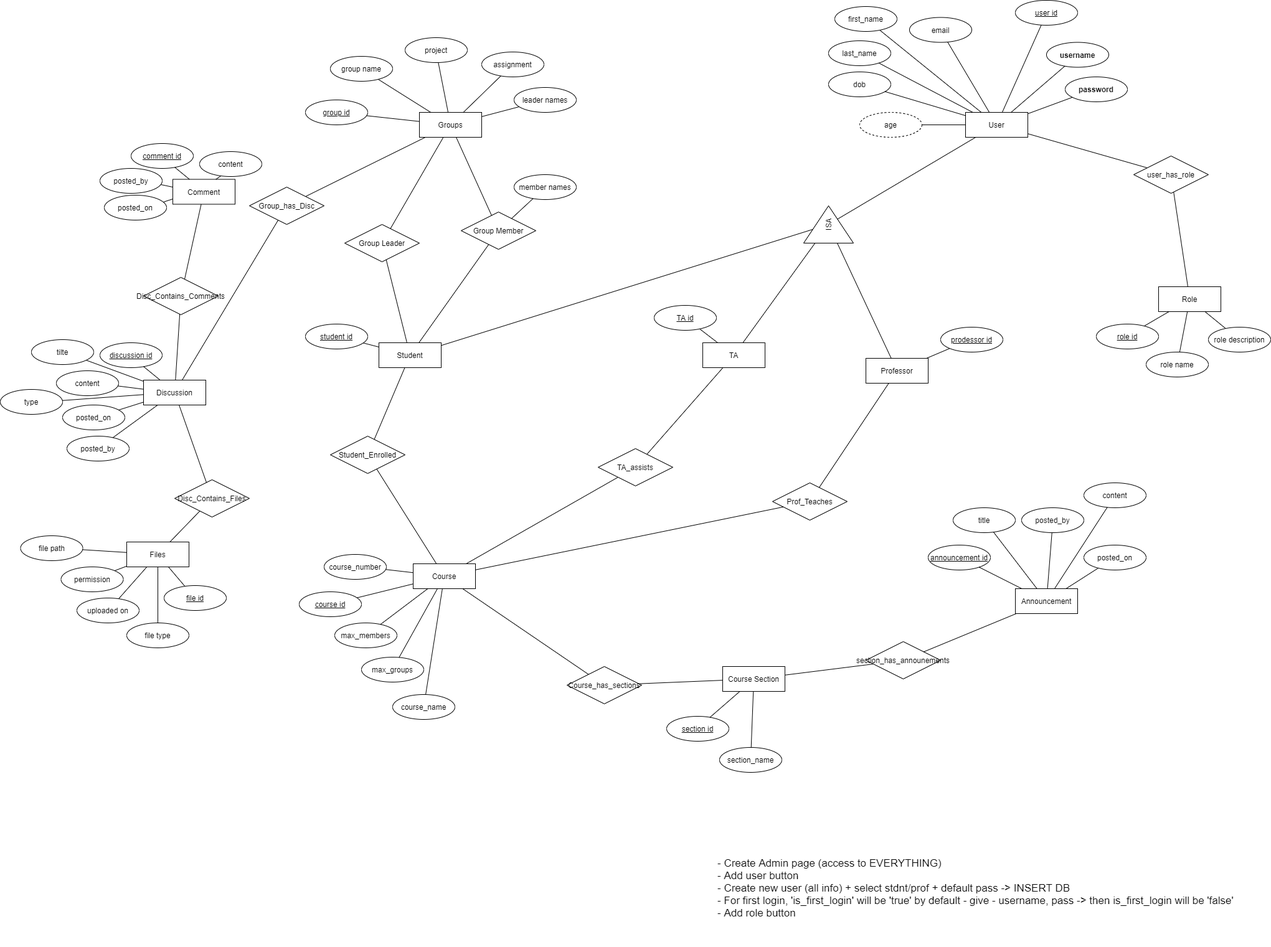
Before: ERD RS/old files/ProjectERD_final.drawio.png, a diagram exported from draw.io (mikepoullas/COMP5531_GROUP_4_Winter_2022). Source tidied: cells renumbered, new cells last; positions are measured from the earlier drawing's top-left corner, leaving out a move shared by most shapes.
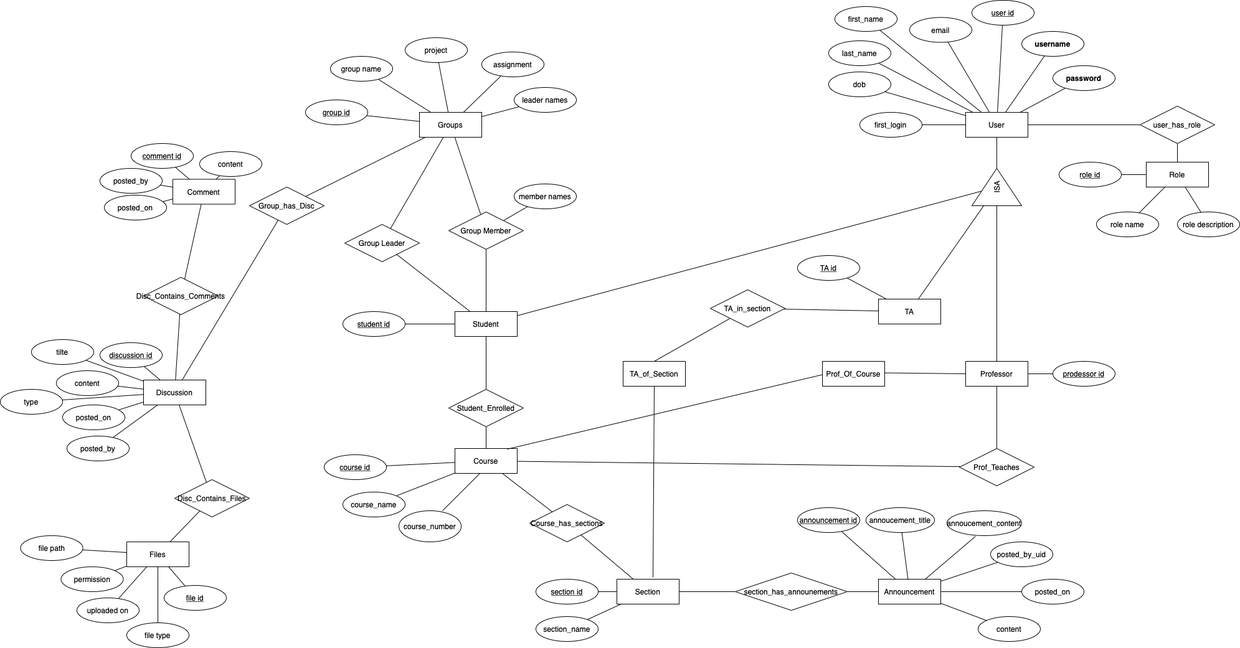
Above is the later version.

Diff of the diagram source:
```diff
@@ -6,13 +6,13 @@
       <mxGeometry x="1550" y="180" width="100" height="40" as="geometry" />
     </mxCell>
     <mxCell id="3" value="Announcement" style="whiteSpace=wrap;html=1;align=center;" parent="1" vertex="1">
-      <mxGeometry x="1630" y="945" width="100" height="40" as="geometry" />
+      <mxGeometry x="1410" y="930" width="100" height="40" as="geometry" />
     </mxCell>
     <mxCell id="4" value="Course" style="whiteSpace=wrap;html=1;align=center;" parent="1" vertex="1">
-      <mxGeometry x="663" y="905" width="100" height="40" as="geometry" />
+      <mxGeometry x="730" y="720" width="100" height="40" as="geometry" />
     </mxCell>
     <mxCell id="5" value="section_has_announements" style="shape=rhombus;perimeter=rhombusPerimeter;whiteSpace=wrap;html=1;align=center;" parent="1" vertex="1">
-      <mxGeometry x="1390" y="1030" width="120" height="60" as="geometry" />
+      <mxGeometry x="1180" y="920" width="180" height="60" as="geometry" />
     </mxCell>
     <mxCell id="6" style="endArrow=none;html=1;rounded=0;" parent="1" edge="1" source="32" target="2">
       <mxGeometry relative="1" as="geometry" />
@@ -42,7 +42,7 @@
       <mxGeometry relative="1" as="geometry" />
     </mxCell>
     <mxCell id="15" value="Professor" style="whiteSpace=wrap;html=1;align=center;" parent="1" vertex="1">
-      <mxGeometry x="1390" y="575" width="100" height="40" as="geometry" />
+      <mxGeometry x="1550" y="580" width="100" height="40" as="geometry" />
     </mxCell>
     <mxCell id="16" style="endArrow=none;html=1;rounded=0;" parent="1" edge="1" source="137" target="104">
       <mxGeometry relative="1" as="geometry" />
@@ -53,7 +53,7 @@
     <mxCell id="18" style="endArrow=none;html=1;rounded=0;" parent="1" edge="1" source="15" target="104">
       <mxGeometry relative="1" as="geometry" />
     </mxCell>
-    <mxCell id="19" style="endArrow=none;html=1;rounded=0;" parent="1" edge="1" source="4" target="106">
+    <mxCell id="19" style="endArrow=none;html=1;rounded=0;exitX=0.5;exitY=0;exitDx=0;exitDy=0;" parent="1" edge="1" source="150" target="106">
       <mxGeometry relative="1" as="geometry" />
     </mxCell>
     <mxCell id="20" style="endArrow=none;html=1;rounded=0;" parent="1" edge="1" source="42" target="4">
@@ -69,13 +69,13 @@
       <mxGeometry relative="1" as="geometry" />
     </mxCell>
     <mxCell id="24" value="user id" style="ellipse;whiteSpace=wrap;html=1;align=center;fontStyle=4;" parent="1" vertex="1">
-      <mxGeometry x="1630" width="100" height="40" as="geometry" />
+      <mxGeometry x="1560" width="100" height="40" as="geometry" />
     </mxCell>
     <mxCell id="25" value="email" style="ellipse;whiteSpace=wrap;html=1;align=center;fontStyle=0;" parent="1" vertex="1">
       <mxGeometry x="1460" y="27.5" width="100" height="40" as="geometry" />
     </mxCell>
     <mxCell id="26" value="password" style="ellipse;whiteSpace=wrap;html=1;align=center;fontStyle=1;" parent="1" vertex="1">
-      <mxGeometry x="1710" y="123" width="100" height="40" as="geometry" />
+      <mxGeometry x="1690" y="105" width="100" height="40" as="geometry" />
     </mxCell>
     <mxCell id="27" value="first_name" style="ellipse;whiteSpace=wrap;html=1;align=center;" parent="1" vertex="1">
       <mxGeometry x="1340" y="10" width="100" height="40" as="geometry" />
@@ -84,16 +84,16 @@
       <mxGeometry x="1330" y="65" width="100" height="40" as="geometry" />
     </mxCell>
     <mxCell id="29" value="role id" style="ellipse;whiteSpace=wrap;html=1;align=center;fontStyle=4;" parent="1" vertex="1">
-      <mxGeometry x="1760" y="520" width="100" height="40" as="geometry" />
+      <mxGeometry x="1700" y="260" width="100" height="40" as="geometry" />
     </mxCell>
     <mxCell id="30" value="role description" style="ellipse;whiteSpace=wrap;html=1;align=center;" parent="1" vertex="1">
-      <mxGeometry x="1940" y="525" width="100" height="40" as="geometry" />
+      <mxGeometry x="1890" y="340" width="100" height="40" as="geometry" />
     </mxCell>
     <mxCell id="31" value="Role" style="whiteSpace=wrap;html=1;align=center;" parent="1" vertex="1">
-      <mxGeometry x="1860" y="460" width="100" height="40" as="geometry" />
+      <mxGeometry x="1840" y="260" width="100" height="40" as="geometry" />
     </mxCell>
     <mxCell id="32" value="user_has_role" style="shape=rhombus;perimeter=rhombusPerimeter;whiteSpace=wrap;html=1;align=center;" parent="1" vertex="1">
-      <mxGeometry x="1820" y="250" width="120" height="60" as="geometry" />
+      <mxGeometry x="1830" y="170" width="120" height="60" as="geometry" />
     </mxCell>
     <mxCell id="33" style="endArrow=none;html=1;rounded=0;" parent="1" edge="1" source="32" target="31">
       <mxGeometry relative="1" as="geometry" />
@@ -120,47 +120,29 @@
       <mxGeometry relative="1" as="geometry" />
     </mxCell>
     <mxCell id="41" value="Prof_Teaches" style="shape=rhombus;perimeter=rhombusPerimeter;whiteSpace=wrap;html=1;align=center;" parent="1" vertex="1">
-      <mxGeometry x="1240" y="775" width="120" height="60" as="geometry" />
+      <mxGeometry x="1540" y="720" width="120" height="60" as="geometry" />
     </mxCell>
     <mxCell id="42" value="Student_Enrolled" style="shape=rhombus;perimeter=rhombusPerimeter;whiteSpace=wrap;html=1;align=center;" parent="1" vertex="1">
-      <mxGeometry x="530" y="700" width="120" height="60" as="geometry" />
+      <mxGeometry x="720" y="625" width="120" height="60" as="geometry" />
     </mxCell>
     <mxCell id="43" value="prodessor id" style="ellipse;whiteSpace=wrap;html=1;align=center;fontStyle=4;" parent="1" vertex="1">
-      <mxGeometry x="1510" y="525" width="100" height="40" as="geometry" />
+      <mxGeometry x="1690" y="580" width="100" height="40" as="geometry" />
     </mxCell>
     <mxCell id="44" style="endArrow=none;html=1;rounded=0;" parent="1" edge="1" source="15" target="43">
       <mxGeometry relative="1" as="geometry" />
     </mxCell>
     <mxCell id="45" value="course id" style="ellipse;whiteSpace=wrap;html=1;align=center;fontStyle=4;" parent="1" vertex="1">
-      <mxGeometry x="480" y="950" width="100" height="40" as="geometry" />
+      <mxGeometry x="520" y="730" width="100" height="40" as="geometry" />
     </mxCell>
     <mxCell id="46" style="endArrow=none;html=1;rounded=0;" parent="1" edge="1" source="45" target="4">
       <mxGeometry relative="1" as="geometry" />
     </mxCell>
     <mxCell id="47" value="course_name" style="ellipse;whiteSpace=wrap;html=1;align=center;" parent="1" vertex="1">
-      <mxGeometry x="630" y="1115" width="100" height="40" as="geometry" />
+      <mxGeometry x="550" y="790" width="100" height="40" as="geometry" />
     </mxCell>
     <mxCell id="48" style="endArrow=none;html=1;rounded=0;" parent="1" edge="1" source="4" target="47">
       <mxGeometry relative="1" as="geometry" />
     </mxCell>
-    <mxCell id="49" value="course_number" style="ellipse;whiteSpace=wrap;html=1;align=center;" parent="1" vertex="1">
-      <mxGeometry x="520" y="890" width="100" height="40" as="geometry" />
-    </mxCell>
-    <mxCell id="50" style="endArrow=none;html=1;rounded=0;" parent="1" edge="1" source="4" target="49">
-      <mxGeometry relative="1" as="geometry" />
-    </mxCell>
-    <mxCell id="51" value="max_groups" style="ellipse;whiteSpace=wrap;html=1;align=center;" parent="1" vertex="1">
-      <mxGeometry x="580" y="1055" width="100" height="40" as="geometry" />
-    </mxCell>
-    <mxCell id="52" value="max_members" style="ellipse;whiteSpace=wrap;html=1;align=center;" parent="1" vertex="1">
-      <mxGeometry x="537" y="1000" width="100" height="40" as="geometry" />
-    </mxCell>
-    <mxCell id="53" style="endArrow=none;html=1;rounded=0;" parent="1" edge="1" source="51" target="4">
-      <mxGeometry relative="1" as="geometry" />
-    </mxCell>
-    <mxCell id="54" style="endArrow=none;html=1;rounded=0;" parent="1" edge="1" source="52" target="4">
-      <mxGeometry relative="1" as="geometry" />
-    </mxCell>
     <mxCell id="55" style="endArrow=none;html=1;rounded=0;" parent="1" edge="1" source="4" target="108">
       <mxGeometry relative="1" as="geometry" />
     </mxCell>
@@ -231,16 +213,16 @@
       <mxGeometry relative="1" as="geometry" />
     </mxCell>
     <mxCell id="78" value="announcement id" style="ellipse;whiteSpace=wrap;html=1;align=center;fontStyle=4;" parent="1" vertex="1">
-      <mxGeometry x="1490" y="875" width="100" height="40" as="geometry" />
+      <mxGeometry x="1280" y="815" width="100" height="40" as="geometry" />
     </mxCell>
-    <mxCell id="79" value="title" style="ellipse;whiteSpace=wrap;html=1;align=center;" parent="1" vertex="1">
-      <mxGeometry x="1530" y="815" width="100" height="40" as="geometry" />
+    <mxCell id="79" value="annoucement_title" style="ellipse;whiteSpace=wrap;html=1;align=center;" parent="1" vertex="1">
+      <mxGeometry x="1390" y="815" width="110" height="40" as="geometry" />
     </mxCell>
-    <mxCell id="80" value="posted_by" style="ellipse;whiteSpace=wrap;html=1;align=center;" parent="1" vertex="1">
-      <mxGeometry x="1640" y="815" width="100" height="40" as="geometry" />
+    <mxCell id="80" value="posted_by_uid" style="ellipse;whiteSpace=wrap;html=1;align=center;" parent="1" vertex="1">
+      <mxGeometry x="1590" y="870" width="100" height="40" as="geometry" />
     </mxCell>
     <mxCell id="81" value="posted_on" style="ellipse;whiteSpace=wrap;html=1;align=center;" parent="1" vertex="1">
-      <mxGeometry x="1740" y="875" width="100" height="40" as="geometry" />
+      <mxGeometry x="1640" y="930" width="100" height="40" as="geometry" />
     </mxCell>
     <mxCell id="82" style="endArrow=none;html=1;rounded=0;" parent="1" edge="1" source="3" target="78">
       <mxGeometry relative="1" as="geometry" />
@@ -261,7 +243,7 @@
       <mxGeometry relative="1" as="geometry" />
     </mxCell>
     <mxCell id="88" value="content" style="ellipse;whiteSpace=wrap;html=1;align=center;" parent="1" vertex="1">
-      <mxGeometry x="1740" y="775" width="100" height="40" as="geometry" />
+      <mxGeometry x="1570" y="990" width="100" height="40" as="geometry" />
     </mxCell>
     <mxCell id="89" style="endArrow=none;html=1;rounded=0;" parent="1" edge="1" source="3" target="88">
       <mxGeometry relative="1" as="geometry" />
@@ -285,7 +267,7 @@
       <mxGeometry relative="1" as="geometry" />
     </mxCell>
     <mxCell id="96" value="username" style="ellipse;whiteSpace=wrap;html=1;align=center;fontStyle=1;" parent="1" vertex="1">
-      <mxGeometry x="1680" y="67.5" width="100" height="40" as="geometry" />
+      <mxGeometry x="1640" y="50" width="100" height="40" as="geometry" />
     </mxCell>
     <mxCell id="97" style="endArrow=none;html=1;rounded=0;" parent="1" edge="1" source="96" target="2">
       <mxGeometry relative="1" as="geometry" />
@@ -297,38 +279,35 @@
       <mxGeometry relative="1" as="geometry" />
     </mxCell>
     <mxCell id="100" value="role name" style="ellipse;whiteSpace=wrap;html=1;align=center;" parent="1" vertex="1">
-      <mxGeometry x="1840" y="565" width="100" height="40" as="geometry" />
+      <mxGeometry x="1760" y="340" width="100" height="40" as="geometry" />
     </mxCell>
     <mxCell id="101" style="endArrow=none;html=1;rounded=0;" parent="1" edge="1" source="31" target="100">
       <mxGeometry relative="1" as="geometry" />
     </mxCell>
-    <mxCell id="102" value="age" style="ellipse;whiteSpace=wrap;html=1;align=center;dashed=1;fontSize=12;" parent="1" vertex="1">
+    <mxCell id="102" value="first_login" style="ellipse;whiteSpace=wrap;html=1;align=center;fontSize=12;" parent="1" vertex="1">
       <mxGeometry x="1380" y="180" width="100" height="40" as="geometry" />
     </mxCell>
     <mxCell id="103" style="endArrow=none;html=1;rounded=0;" parent="1" edge="1" source="102" target="2">
       <mxGeometry relative="1" as="geometry" />
     </mxCell>
     <mxCell id="104" value="ISA" style="triangle;whiteSpace=wrap;html=1;fontSize=12;rotation=-90;" parent="1" vertex="1">
-      <mxGeometry x="1300" y="320" width="60" height="80" as="geometry" />
+      <mxGeometry x="1570" y="260" width="60" height="80" as="geometry" />
     </mxCell>
     <mxCell id="105" style="endArrow=none;html=1;rounded=0;" parent="1" edge="1" source="2" target="104">
       <mxGeometry relative="1" as="geometry" />
     </mxCell>
-    <mxCell id="106" value="TA_assists" style="shape=rhombus;perimeter=rhombusPerimeter;whiteSpace=wrap;html=1;align=center;" parent="1" vertex="1">
-      <mxGeometry x="960" y="720" width="120" height="60" as="geometry" />
+    <mxCell id="106" value="TA_in_section" style="shape=rhombus;perimeter=rhombusPerimeter;whiteSpace=wrap;html=1;align=center;" parent="1" vertex="1">
+      <mxGeometry x="1140" y="465" width="120" height="60" as="geometry" />
     </mxCell>
     <mxCell id="107" style="endArrow=none;html=1;rounded=0;" parent="1" edge="1" source="140" target="104">
       <mxGeometry relative="1" as="geometry" />
     </mxCell>
     <mxCell id="108" value="Course_has_sections" style="shape=rhombus;perimeter=rhombusPerimeter;whiteSpace=wrap;html=1;align=center;" parent="1" vertex="1">
-      <mxGeometry x="910" y="1070" width="120" height="60" as="geometry" />
+      <mxGeometry x="850" y="810" width="120" height="60" as="geometry" />
     </mxCell>
     <mxCell id="109" style="endArrow=none;html=1;rounded=0;" parent="1" edge="1" source="108" target="145">
       <mxGeometry relative="1" as="geometry" />
     </mxCell>
-    <mxCell id="110" value="- Create Admin page (access to EVERYTHING)&lt;br&gt;- Add user button&lt;br style=&quot;font-size: 17px&quot;&gt;- Create new user (all info) + select stdnt/prof&amp;nbsp;+ default pass -&amp;gt; INSERT DB&lt;br&gt;- For first login, 'is_first_login' will be 'true' by default - give - username, pass -&amp;gt; then is_first_login will be 'false'&lt;br&gt;- Add role button" style="text;html=1;strokeColor=none;fillColor=none;align=left;verticalAlign=top;whiteSpace=wrap;rounded=0;fontSize=17;" parent="1" vertex="1">
-      <mxGeometry x="1150" y="1370" width="850" height="150" as="geometry" />
-    </mxCell>
     <mxCell id="111" value="posted_by" style="ellipse;whiteSpace=wrap;html=1;align=center;" parent="1" vertex="1">
       <mxGeometry x="107" y="700" width="100" height="40" as="geometry" />
     </mxCell>
@@ -387,13 +366,13 @@
       <mxGeometry relative="1" as="geometry" />
     </mxCell>
     <mxCell id="130" value="member names" style="ellipse;whiteSpace=wrap;html=1;align=center;" parent="1" vertex="1">
-      <mxGeometry x="825" y="280" width="100" height="40" as="geometry" />
+      <mxGeometry x="825" y="295" width="100" height="40" as="geometry" />
     </mxCell>
     <mxCell id="131" style="endArrow=none;html=1;rounded=0;" parent="1" edge="1" source="132" target="130">
       <mxGeometry relative="1" as="geometry" />
     </mxCell>
     <mxCell id="132" value="Group Member" style="shape=rhombus;perimeter=rhombusPerimeter;whiteSpace=wrap;html=1;align=center;" parent="1" vertex="1">
-      <mxGeometry x="740" y="340" width="120" height="60" as="geometry" />
+      <mxGeometry x="720" y="340" width="120" height="60" as="geometry" />
     </mxCell>
     <mxCell id="133" style="endArrow=none;html=1;rounded=0;" parent="1" edge="1" source="137" target="132">
       <mxGeometry relative="1" as="geometry" />
@@ -402,40 +381,73 @@
       <mxGeometry x="553" y="360" width="120" height="60" as="geometry" />
     </mxCell>
     <mxCell id="135" value="student id" style="ellipse;whiteSpace=wrap;html=1;align=center;fontStyle=4;" parent="1" vertex="1">
-      <mxGeometry x="490" y="520" width="100" height="40" as="geometry" />
+      <mxGeometry x="550" y="500" width="100" height="40" as="geometry" />
     </mxCell>
     <mxCell id="136" style="endArrow=none;html=1;rounded=0;" parent="1" edge="1" source="137" target="135">
       <mxGeometry relative="1" as="geometry" />
     </mxCell>
     <mxCell id="137" value="Student" style="whiteSpace=wrap;html=1;align=center;" parent="1" vertex="1">
-      <mxGeometry x="608" y="550" width="100" height="40" as="geometry" />
+      <mxGeometry x="730" y="500" width="100" height="40" as="geometry" />
     </mxCell>
     <mxCell id="138" value="TA id" style="ellipse;whiteSpace=wrap;html=1;align=center;fontStyle=4;" parent="1" vertex="1">
-      <mxGeometry x="1050" y="490" width="100" height="40" as="geometry" />
+      <mxGeometry x="1280" y="410" width="100" height="40" as="geometry" />
     </mxCell>
     <mxCell id="139" style="endArrow=none;html=1;rounded=0;" parent="1" edge="1" source="138" target="140">
       <mxGeometry relative="1" as="geometry" />
     </mxCell>
     <mxCell id="140" value="TA" style="whiteSpace=wrap;html=1;align=center;" parent="1" vertex="1">
-      <mxGeometry x="1128" y="550" width="100" height="40" as="geometry" />
+      <mxGeometry x="1410" y="480" width="100" height="40" as="geometry" />
     </mxCell>
     <mxCell id="141" value="section id" style="ellipse;whiteSpace=wrap;html=1;align=center;fontStyle=4;" parent="1" vertex="1">
-      <mxGeometry x="1070" y="1150" width="100" height="40" as="geometry" />
+      <mxGeometry x="860" y="930" width="100" height="40" as="geometry" />
     </mxCell>
     <mxCell id="142" style="endArrow=none;html=1;rounded=0;" parent="1" edge="1" source="141" target="145">
       <mxGeometry relative="1" as="geometry" />
     </mxCell>
     <mxCell id="143" value="section_name" style="ellipse;whiteSpace=wrap;html=1;align=center;" parent="1" vertex="1">
-      <mxGeometry x="1155" y="1200" width="100" height="40" as="geometry" />
+      <mxGeometry x="860" y="990" width="100" height="40" as="geometry" />
     </mxCell>
     <mxCell id="144" style="endArrow=none;html=1;rounded=0;" parent="1" edge="1" source="143" target="145">
       <mxGeometry relative="1" as="geometry" />
     </mxCell>
-    <mxCell id="145" value="Course Section" style="whiteSpace=wrap;html=1;align=center;" parent="1" vertex="1">
-      <mxGeometry x="1160" y="1070" width="100" height="40" as="geometry" />
+    <mxCell id="145" value="Section" style="whiteSpace=wrap;html=1;align=center;" parent="1" vertex="1">
+      <mxGeometry x="990" y="930" width="100" height="40" as="geometry" />
     </mxCell>
     <mxCell id="146" style="endArrow=none;html=1;rounded=0;" parent="1" edge="1" source="134" target="137">
       <mxGeometry relative="1" as="geometry" />
     </mxCell>
+    <mxCell id="49" value="course_number" style="ellipse;whiteSpace=wrap;html=1;align=center;" parent="1" vertex="1">
+      <mxGeometry x="640" y="820" width="100" height="50" as="geometry" />
+    </mxCell>
+    <mxCell id="147" style="endArrow=none;html=1;rounded=0;entryX=0.7;entryY=0;entryDx=0;entryDy=0;entryPerimeter=0;" parent="1" edge="1" target="49">
+      <mxGeometry relative="1" as="geometry">
+        <mxPoint x="770.1" y="760" as="sourcePoint" />
+      </mxGeometry>
+    </mxCell>
+    <mxCell id="148" value="annoucement_content" style="ellipse;whiteSpace=wrap;html=1;align=center;" parent="1" vertex="1">
+      <mxGeometry x="1520" y="820" width="120" height="40" as="geometry" />
+    </mxCell>
+    <mxCell id="149" style="endArrow=none;html=1;rounded=0;exitX=0.383;exitY=1.025;exitDx=0;exitDy=0;exitPerimeter=0;entryX=0.75;entryY=0;entryDx=0;entryDy=0;" parent="1" edge="1" source="148" target="3">
+      <mxGeometry relative="1" as="geometry" />
+    </mxCell>
+    <mxCell id="150" value="TA_of_Section" style="whiteSpace=wrap;html=1;align=center;" parent="1" vertex="1">
+      <mxGeometry x="1000" y="580" width="100" height="40" as="geometry" />
+    </mxCell>
+    <mxCell id="151" value="Prof_Of_Course" style="whiteSpace=wrap;html=1;align=center;" parent="1" vertex="1">
+      <mxGeometry x="1320" y="580" width="100" height="40" as="geometry" />
+    </mxCell>
+    <mxCell id="152" style="endArrow=none;html=1;rounded=0;exitX=0.58;exitY=-0.075;exitDx=0;exitDy=0;exitPerimeter=0;entryX=0.5;entryY=1;entryDx=0;entryDy=0;" parent="1" edge="1" source="145" target="150">
+      <mxGeometry relative="1" as="geometry" />
+    </mxCell>
+    <mxCell id="153" style="endArrow=none;html=1;rounded=0;entryX=0;entryY=0.5;entryDx=0;entryDy=0;" parent="1" edge="1" target="15">
+      <mxGeometry relative="1" as="geometry">
+        <mxPoint x="1420" y="598.5" as="sourcePoint" />
+      </mxGeometry>
+    </mxCell>
+    <mxCell id="154" style="endArrow=none;html=1;rounded=0;exitX=0.84;exitY=0.025;exitDx=0;exitDy=0;exitPerimeter=0;" parent="1" edge="1" source="4">
+      <mxGeometry relative="1" as="geometry">
+        <mxPoint x="1320" y="601.5" as="targetPoint" />
+      </mxGeometry>
+    </mxCell>
   </root>
 </mxGraphModel>
```
